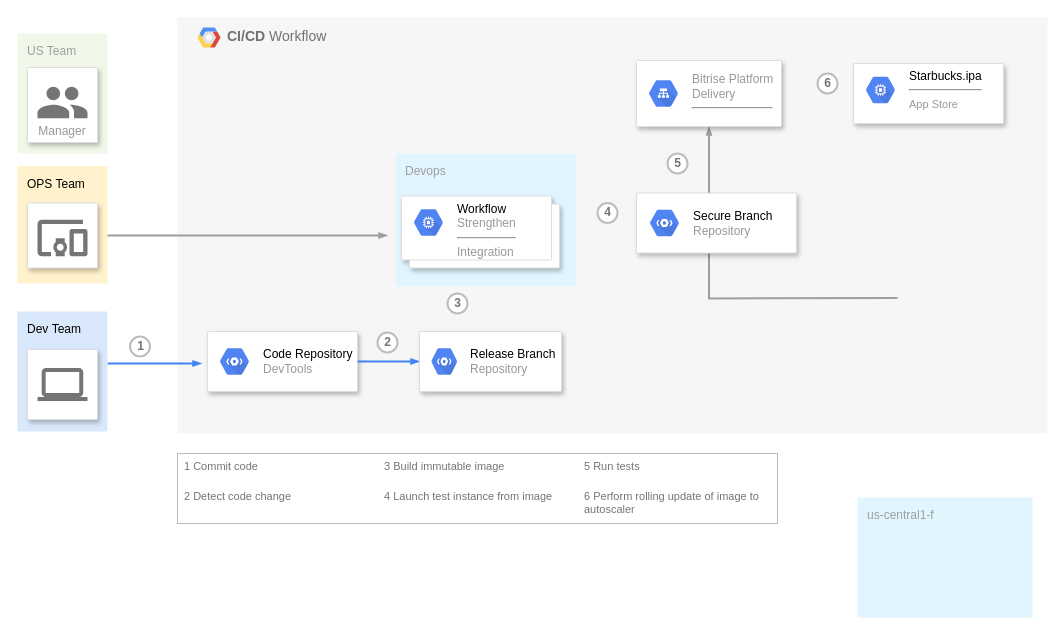
This is Devops-CICD.drawio from Arthurcsh/Draw.io, a draw.io file, before an edit. Source tidied: cells renumbered, new cells numbered last; positions are measured from the earlier drawing's top-left corner, leaving out a move shared by most shapes. Both pictures are drawn from the tidied source at 100%, with x=0, y=0 at pixel (17, 17).
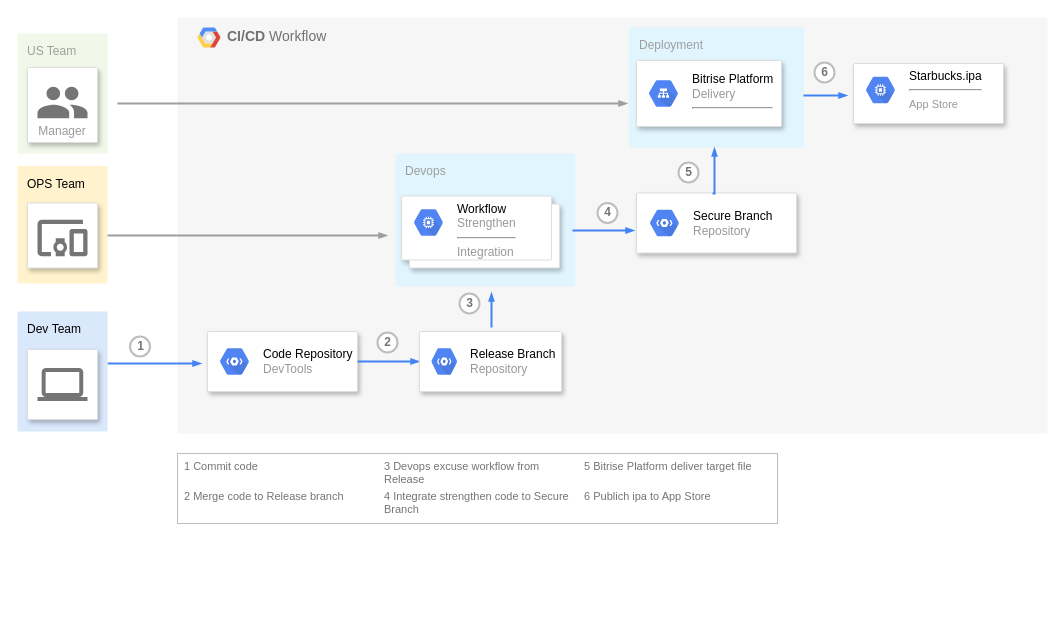
The same diagram, later.

Unchanged cells that the change refers to:
```xml
<mxCell id="14" style="fillColor=#ffffff;strokeColor=#BDBDBD;strokeWidth=1;shadow=0;gradientColor=none;fontSize=10;fontColor=#9E9E9E;align=center;html=1;" parent="1" vertex="1">
  <mxGeometry x="160" y="436" width="600" height="70" as="geometry" />
</mxCell>
<mxCell id="28" style="strokeColor=#dddddd;fillColor=#ffffff;shadow=1;strokeWidth=1;rounded=1;absoluteArcSize=1;arcSize=2;fontSize=10;fontColor=#9E9E9E;align=center;html=1;" parent="1" vertex="1">
  <mxGeometry x="619" y="43" width="145" height="66" as="geometry" />
</mxCell>
```

Change to the diagram source:
```diff
@@
-    <mxCell id="8" style="edgeStyle=orthogonalEdgeStyle;rounded=0;html=1;labelBackgroundColor=none;startFill=1;startSize=4;endArrow=blockThin;endFill=1;endSize=4;jettySize=auto;strokeColor=#9E9E9E;strokeWidth=2;fontSize=12;fontColor=#000000;align=center;dashed=0;" parent="1" edge="1" target="28">
+    <mxCell id="8" style="edgeStyle=orthogonalEdgeStyle;rounded=0;html=1;labelBackgroundColor=none;startFill=1;startSize=4;endArrow=blockThin;endFill=1;endSize=4;jettySize=auto;orthogonalLoop=1;strokeColor=#9E9E9E;strokeWidth=2;fontSize=12;fontColor=#000000;align=center;dashed=0;" parent="1" edge="1">
       <mxGeometry relative="1" as="geometry">
-        <mxPoint x="880" y="280.5" as="sourcePoint" />
+        <mxPoint x="100" y="86" as="sourcePoint" />
+        <mxPoint x="610" y="86" as="targetPoint" />
+        <Array as="points">
+          <mxPoint x="490" y="86" />
+          <mxPoint x="490" y="86" />
+        </Array>
       </mxGeometry>
     </mxCell>
@@
     <mxCell id="12" value="5" style="shape=ellipse;fillColor=#ffffff;strokeColor=#BDBDBD;strokeWidth=2;shadow=0;gradientColor=none;fontColor=#757575;align=center;html=1;fontStyle=1;spacingTop=-1;" parent="1" vertex="1">
-      <mxGeometry x="650" y="136" width="20" height="20" as="geometry" />
+      <mxGeometry x="661" y="145" width="20" height="20" as="geometry" />
     </mxCell>
     <mxCell id="13" value="6" style="shape=ellipse;fillColor=#ffffff;strokeColor=#BDBDBD;strokeWidth=2;shadow=0;gradientColor=none;fontColor=#757575;align=center;html=1;fontStyle=1;spacingTop=-1;" parent="1" vertex="1">
-      <mxGeometry x="800" y="56" width="20" height="20" as="geometry" />
+      <mxGeometry x="797" y="45" width="20" height="20" as="geometry" />
     </mxCell>
@@
-    <mxCell id="16" value="2 Detect code change" style="strokeColor=none;fillColor=none;fontColor=#757575;align=left;html=1;fontStyle=0;spacingLeft=5;fontSize=11;verticalAlign=top;whiteSpace=wrap;spacingRight=5;" parent="14" vertex="1">
+    <mxCell id="16" value="2 Merge code to Release branch" style="strokeColor=none;fillColor=none;fontColor=#757575;align=left;html=1;fontStyle=0;spacingLeft=5;fontSize=11;verticalAlign=top;whiteSpace=wrap;spacingRight=5;" parent="14" vertex="1">
       <mxGeometry width="200" height="30" relative="1" as="geometry">
         <mxPoint y="30" as="offset" />
       </mxGeometry>
     </mxCell>
-    <mxCell id="17" value="3 Build immutable image" style="strokeColor=none;fillColor=none;fontColor=#757575;align=left;html=1;fontStyle=0;spacingLeft=5;fontSize=11;verticalAlign=top;whiteSpace=wrap;spacingRight=5;" parent="14" vertex="1">
+    <mxCell id="17" value="3 Devops excuse workflow from Release" style="strokeColor=none;fillColor=none;fontColor=#757575;align=left;html=1;fontStyle=0;spacingLeft=5;fontSize=11;verticalAlign=top;whiteSpace=wrap;spacingRight=5;" parent="14" vertex="1">
       <mxGeometry width="200" height="30" relative="1" as="geometry">
         <mxPoint x="200" as="offset" />
       </mxGeometry>
     </mxCell>
-    <mxCell id="18" value="4 Launch test instance from image" style="strokeColor=none;fillColor=none;fontColor=#757575;align=left;html=1;fontStyle=0;spacingLeft=5;fontSize=11;verticalAlign=top;whiteSpace=wrap;spacingRight=5;" parent="14" vertex="1">
+    <mxCell id="18" value="4 Integrate strengthen code to Secure Branch" style="strokeColor=none;fillColor=none;fontColor=#757575;align=left;html=1;fontStyle=0;spacingLeft=5;fontSize=11;verticalAlign=top;whiteSpace=wrap;spacingRight=5;" parent="14" vertex="1">
       <mxGeometry width="200" height="30" relative="1" as="geometry">
         <mxPoint x="200" y="30" as="offset" />
       </mxGeometry>
     </mxCell>
-    <mxCell id="19" value="5 Run tests" style="strokeColor=none;fillColor=none;fontColor=#757575;align=left;html=1;fontStyle=0;spacingLeft=5;fontSize=11;verticalAlign=top;whiteSpace=wrap;spacingRight=5;" parent="14" vertex="1">
+    <mxCell id="19" value="5 Bitrise Platform deliver target file&amp;nbsp;" style="strokeColor=none;fillColor=none;fontColor=#757575;align=left;html=1;fontStyle=0;spacingLeft=5;fontSize=11;verticalAlign=top;whiteSpace=wrap;spacingRight=5;" parent="14" vertex="1">
       <mxGeometry width="200" height="30" relative="1" as="geometry">
         <mxPoint x="400" as="offset" />
       </mxGeometry>
     </mxCell>
-    <mxCell id="20" value="6 Perform rolling update of image to autoscaler" style="strokeColor=none;fillColor=none;fontColor=#757575;align=left;html=1;fontStyle=0;spacingLeft=5;fontSize=11;verticalAlign=top;whiteSpace=wrap;spacingRight=5;" parent="14" vertex="1">
+    <mxCell id="20" value="6 Publich ipa to App Store" style="strokeColor=none;fillColor=none;fontColor=#757575;align=left;html=1;fontStyle=0;spacingLeft=5;fontSize=11;verticalAlign=top;whiteSpace=wrap;spacingRight=5;" parent="14" vertex="1">
       <mxGeometry width="200" height="30" relative="1" as="geometry">
         <mxPoint x="400" y="30" as="offset" />
       </mxGeometry>
     </mxCell>
@@
-    <mxCell id="26" value="us-central1-f" style="rounded=1;absoluteArcSize=1;arcSize=2;html=1;strokeColor=none;gradientColor=none;shadow=0;dashed=0;strokeColor=none;fontSize=12;fontColor=#9E9E9E;align=left;verticalAlign=top;spacing=10;spacingTop=-4;fillColor=#E1F5FE;" parent="1" vertex="1">
-      <mxGeometry x="840" y="480" width="175" height="120" as="geometry" />
+    <mxCell id="26" value="Deployment" style="rounded=1;absoluteArcSize=1;arcSize=2;html=1;strokeColor=none;gradientColor=none;shadow=0;dashed=0;strokeColor=none;fontSize=12;fontColor=#9E9E9E;align=left;verticalAlign=top;spacing=10;spacingTop=-4;fillColor=#E1F5FE;" parent="1" vertex="1">
+      <mxGeometry x="611.5" y="10" width="175" height="120" as="geometry" />
     </mxCell>
@@
-    <mxCell id="29" value="Bitrise Platform&lt;br&gt;Delivery&lt;br&gt;&lt;hr&gt;" style="dashed=0;html=1;fillColor=#5184F3;strokeColor=none;shape=mxgraph.gcp2.hexIcon;prIcon=cloud_load_balancing;labelPosition=right;verticalLabelPosition=middle;align=left;verticalAlign=middle;spacingLeft=5;fontColor=#999999;fontSize=12;" parent="28" vertex="1">
+    <mxCell id="29" value="&lt;font color=&quot;#000000&quot;&gt;Bitrise Platform&lt;/font&gt;&lt;br&gt;Delivery&lt;br&gt;&lt;hr&gt;" style="dashed=0;html=1;fillColor=#5184F3;strokeColor=none;shape=mxgraph.gcp2.hexIcon;prIcon=cloud_load_balancing;labelPosition=right;verticalLabelPosition=middle;align=left;verticalAlign=middle;spacingLeft=5;fontColor=#999999;fontSize=12;" parent="28" vertex="1">
       <mxGeometry y="0.5" width="44" height="39" relative="1" as="geometry">
         <mxPoint x="5" y="-19.5" as="offset" />
       </mxGeometry>
     </mxCell>
@@
     <mxCell id="35" value="3" style="shape=ellipse;fillColor=#ffffff;strokeColor=#BDBDBD;strokeWidth=2;shadow=0;gradientColor=none;fontColor=#757575;align=center;html=1;fontStyle=1;spacingTop=-1;" parent="1" vertex="1">
-      <mxGeometry x="430" y="276" width="20" height="20" as="geometry" />
+      <mxGeometry x="442" y="276" width="20" height="20" as="geometry" />
     </mxCell>
@@
+    <mxCell id="47" style="edgeStyle=orthogonalEdgeStyle;rounded=0;html=1;labelBackgroundColor=none;startFill=1;startSize=4;endArrow=blockThin;endFill=1;endSize=4;jettySize=auto;orthogonalLoop=1;strokeColor=#4284F3;strokeWidth=2;fontSize=12;fontColor=#000000;align=center;dashed=0;" parent="1" edge="1">
+      <mxGeometry relative="1" as="geometry">
+        <mxPoint x="555" y="213" as="sourcePoint" />
+        <mxPoint x="617" y="213" as="targetPoint" />
+      </mxGeometry>
+    </mxCell>
+    <mxCell id="48" style="edgeStyle=orthogonalEdgeStyle;rounded=0;html=1;labelBackgroundColor=none;startFill=1;startSize=4;endArrow=blockThin;endFill=1;endSize=4;jettySize=auto;orthogonalLoop=1;strokeColor=#4284F3;strokeWidth=2;fontSize=12;fontColor=#000000;align=center;dashed=0;" parent="1" edge="1">
+      <mxGeometry relative="1" as="geometry">
+        <mxPoint x="695" y="176" as="sourcePoint" />
+        <mxPoint x="697" y="130" as="targetPoint" />
+        <Array as="points">
+          <mxPoint x="697" y="176" />
+        </Array>
+      </mxGeometry>
+    </mxCell>
+    <mxCell id="49" style="edgeStyle=orthogonalEdgeStyle;rounded=0;html=1;labelBackgroundColor=none;startFill=1;startSize=4;endArrow=blockThin;endFill=1;endSize=4;jettySize=auto;strokeColor=#4284F3;strokeWidth=2;fontSize=12;fontColor=#000000;align=center;dashed=0;exitX=0.997;exitY=0.567;exitDx=0;exitDy=0;exitPerimeter=0;" parent="1" edge="1" source="26">
+      <mxGeometry relative="1" as="geometry">
+        <mxPoint x="830" y="78" as="targetPoint" />
+      </mxGeometry>
+    </mxCell>
+    <mxCell id="50" style="edgeStyle=orthogonalEdgeStyle;rounded=0;html=1;labelBackgroundColor=none;startFill=1;startSize=4;endArrow=blockThin;endFill=1;endSize=4;jettySize=auto;orthogonalLoop=1;strokeColor=#4284F3;strokeWidth=2;fontSize=12;fontColor=#000000;align=center;dashed=0;entryX=0.561;entryY=1.015;entryDx=0;entryDy=0;entryPerimeter=0;" parent="1" edge="1">
+      <mxGeometry relative="1" as="geometry">
+        <mxPoint x="474" y="310" as="sourcePoint" />
+        <mxPoint x="474" y="275" as="targetPoint" />
+      </mxGeometry>
+    </mxCell>
```
